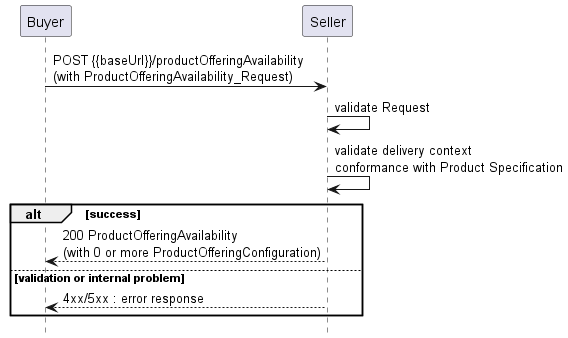
Earlier version of the PlantUML export documentation/productApi/availabilityAndPricingDiscovery/media/uc1flow.png (MEF-GIT/MEF-LSO-Sonata-SDK).
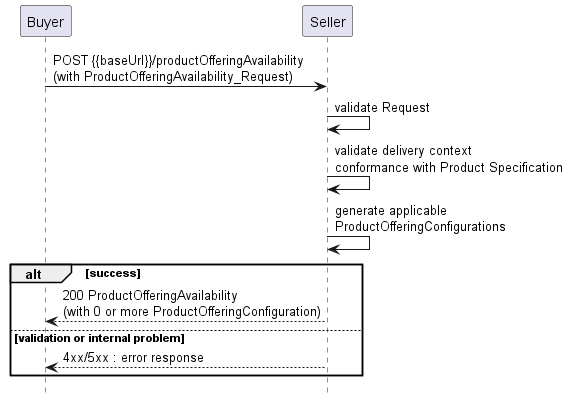
Above is the later version.

What changed in the source:
```diff
@@ -9,6 +9,7 @@
 
 Seller -> Seller : validate Request
 Seller -> Seller : validate delivery context\nconformance with Product Specification
+Seller -> Seller : generate applicable\nProductOfferingConfigurations
 
 alt success
     Buyer <-- Seller : 200 ProductOfferingAvailability\n(with 0 or more ProductOfferingConfiguration)
```
